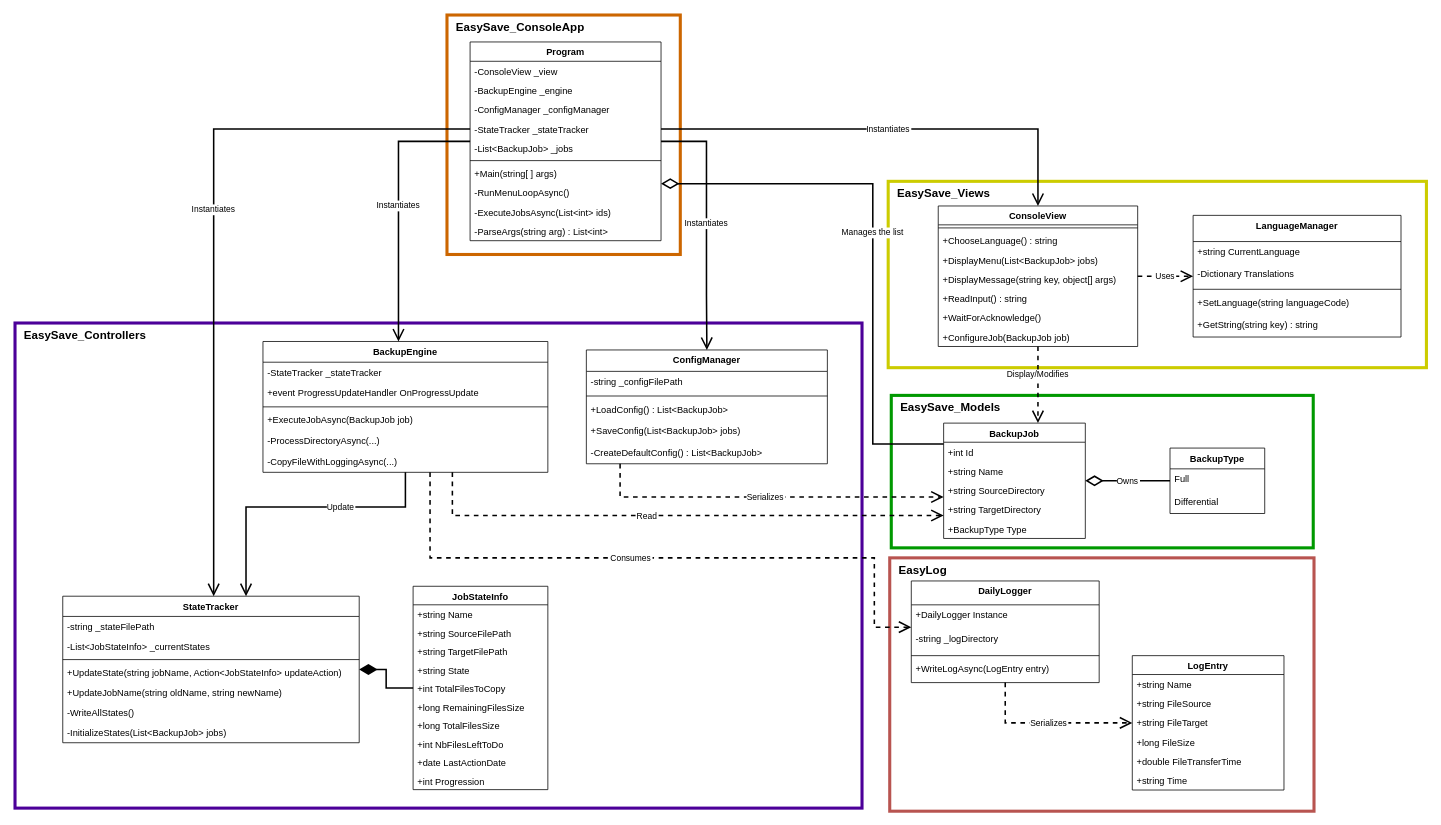
Earlier version of the draw.io diagram Diagrams/Classe.drawio (Fire-90/CESI_Genie_Logiciel). Source tidied: cells renumbered, new cells numbered last; positions are measured from the earlier drawing's top-left corner, leaving out a move shared by most shapes. Both pictures are drawn from the tidied source at 77%, with x=0, y=0 at pixel (15, 15).
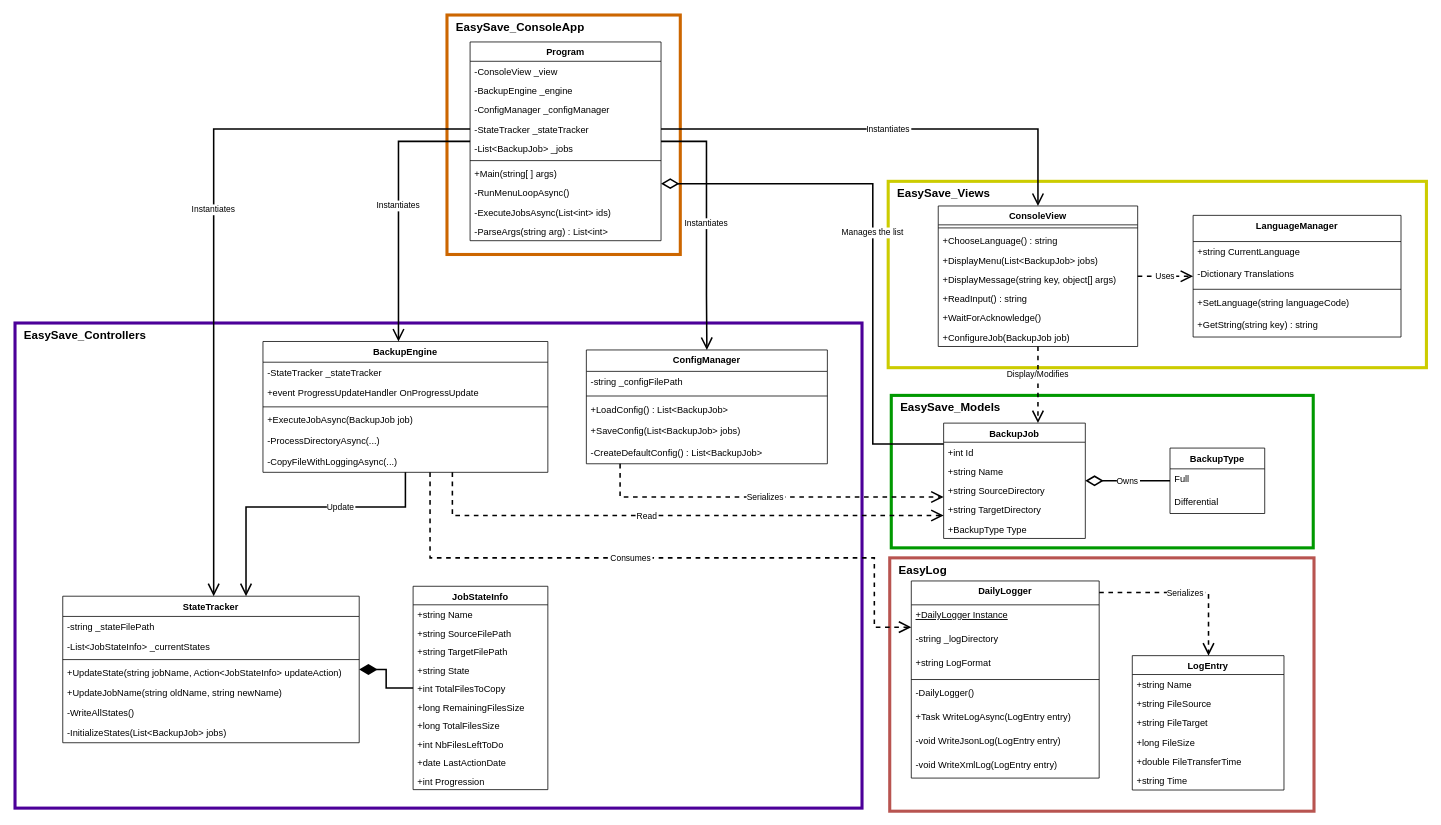
After the change.

Commit message (it also covers changes not shown here):
Modified Class + Sequence diagrams

The change refers to these unchanged cells:
```xml
<mxCell id="78" value="LogEntry" style="swimlane;fontStyle=1;align=center;verticalAlign=top;horizontal=1;startSize=24.50666707356771;" parent="1" vertex="1">
  <mxGeometry x="1451" y="832" width="197" height="174.5" as="geometry" />
</mxCell>
```

Diff of the diagram source:
```diff
@@
     <mxCell id="73" value="DailyLogger" style="swimlane;fontStyle=1;align=center;verticalAlign=top;horizontal=1;startSize=31;" parent="1" vertex="1">
-      <mxGeometry x="1164" y="735" width="244" height="132" as="geometry" />
+      <mxGeometry x="1164" y="735" width="244" height="256" as="geometry" />
     </mxCell>
-    <mxCell id="74" value="+DailyLogger Instance" style="text;strokeColor=none;fillColor=none;align=left;verticalAlign=top;spacingLeft=4;spacingRight=4;overflow=hidden;" parent="73" vertex="1">
+    <mxCell id="74" value="+DailyLogger Instance" style="text;strokeColor=none;fillColor=none;align=left;verticalAlign=top;spacingLeft=4;spacingRight=4;overflow=hidden;fontStyle=4;" parent="73" vertex="1">
       <mxGeometry y="31" width="244" height="31" as="geometry" />
     </mxCell>
+    <mxCell id="99" value="-string _logDirectory" style="text;strokeColor=none;fillColor=none;align=left;verticalAlign=top;spacingLeft=4;spacingRight=4;overflow=hidden;" parent="73" vertex="1">
+      <mxGeometry y="62" width="244" height="31" as="geometry" />
+    </mxCell>
-    <mxCell id="75" value="-string _logDirectory" style="text;strokeColor=none;fillColor=none;align=left;verticalAlign=top;spacingLeft=4;spacingRight=4;overflow=hidden;" parent="73" vertex="1">
-      <mxGeometry y="62" width="244" height="31" as="geometry" />
+    <mxCell id="75" value="+string LogFormat" style="text;strokeColor=none;fillColor=none;align=left;verticalAlign=top;spacingLeft=4;spacingRight=4;overflow=hidden;" parent="73" vertex="1">
+      <mxGeometry y="93" width="244" height="31" as="geometry" />
     </mxCell>
     <mxCell id="76" style="line;strokeWidth=1;fillColor=none;align=left;verticalAlign=middle;spacingTop=-1;spacingLeft=3;spacingRight=3;labelPosition=right;strokeColor=inherit;" parent="73" vertex="1">
-      <mxGeometry y="93" width="244" height="8" as="geometry" />
+      <mxGeometry y="124" width="244" height="8" as="geometry" />
     </mxCell>
+    <mxCell id="100" value="-DailyLogger()" style="text;strokeColor=none;fillColor=none;align=left;verticalAlign=top;spacingLeft=4;spacingRight=4;overflow=hidden;" parent="73" vertex="1">
+      <mxGeometry y="132" width="244" height="31" as="geometry" />
+    </mxCell>
+    <mxCell id="101" value="+Task WriteLogAsync(LogEntry entry)" style="text;strokeColor=none;fillColor=none;align=left;verticalAlign=top;spacingLeft=4;spacingRight=4;overflow=hidden;" parent="73" vertex="1">
+      <mxGeometry y="163" width="244" height="31" as="geometry" />
+    </mxCell>
+    <mxCell id="102" value="-void WriteJsonLog(LogEntry entry)" style="text;strokeColor=none;fillColor=none;align=left;verticalAlign=top;spacingLeft=4;spacingRight=4;overflow=hidden;" parent="73" vertex="1">
+      <mxGeometry y="194" width="244" height="31" as="geometry" />
+    </mxCell>
-    <mxCell id="77" value="+WriteLogAsync(LogEntry entry)" style="text;strokeColor=none;fillColor=none;align=left;verticalAlign=top;spacingLeft=4;spacingRight=4;overflow=hidden;" parent="73" vertex="1">
-      <mxGeometry y="101" width="244" height="31" as="geometry" />
+    <mxCell id="77" value="-void WriteXmlLog(LogEntry entry)" style="text;strokeColor=none;fillColor=none;align=left;verticalAlign=top;spacingLeft=4;spacingRight=4;overflow=hidden;" parent="73" vertex="1">
+      <mxGeometry y="225" width="244" height="31" as="geometry" />
     </mxCell>
@@
-    <mxCell id="97" value="Serializes" style="dashed=1;startArrow=none;endArrow=open;endSize=12;exitX=0.5;exitY=1;rounded=0;edgeStyle=orthogonalEdgeStyle;strokeWidth=2;" parent="1" edge="1" source="73" target="78">
-      <mxGeometry relative="1" as="geometry" />
+    <mxCell id="97" value="Serializes" style="dashed=1;startArrow=none;endArrow=open;endSize=12;rounded=0;edgeStyle=orthogonalEdgeStyle;strokeWidth=2;" parent="1" edge="1" source="73" target="78">
+      <mxGeometry relative="1" as="geometry">
+        <Array as="points">
+          <mxPoint x="1550" y="750" />
+        </Array>
+      </mxGeometry>
     </mxCell>
```
